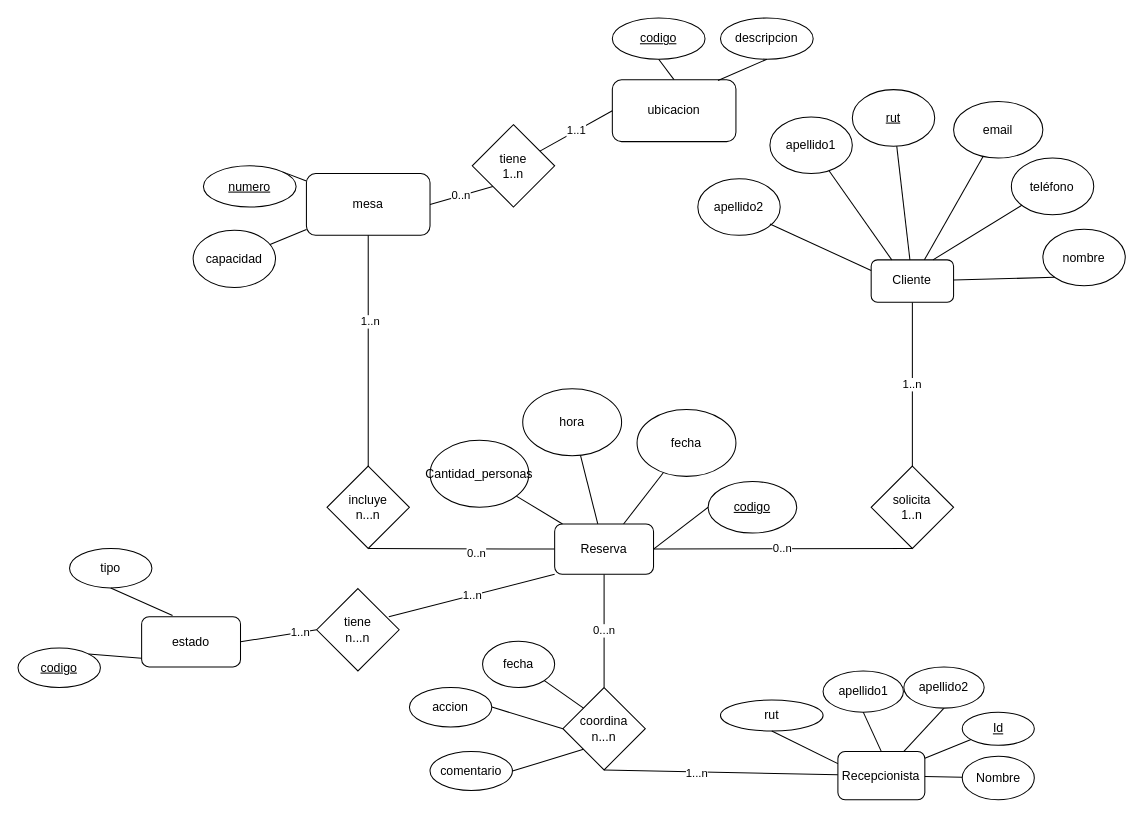
Before: TallerMecanicoJunit/Copy of evidenciaDia2.drawio in RafaUribeG/WorkgroupAndroid, a draw.io diagram. Source tidied: cells renumbered, new cells numbered last; positions are measured from the earlier drawing's top-left corner, leaving out a move shared by most shapes. Both pictures are drawn from the tidied source at 103%, with x=0, y=0 at pixel (18, 18).
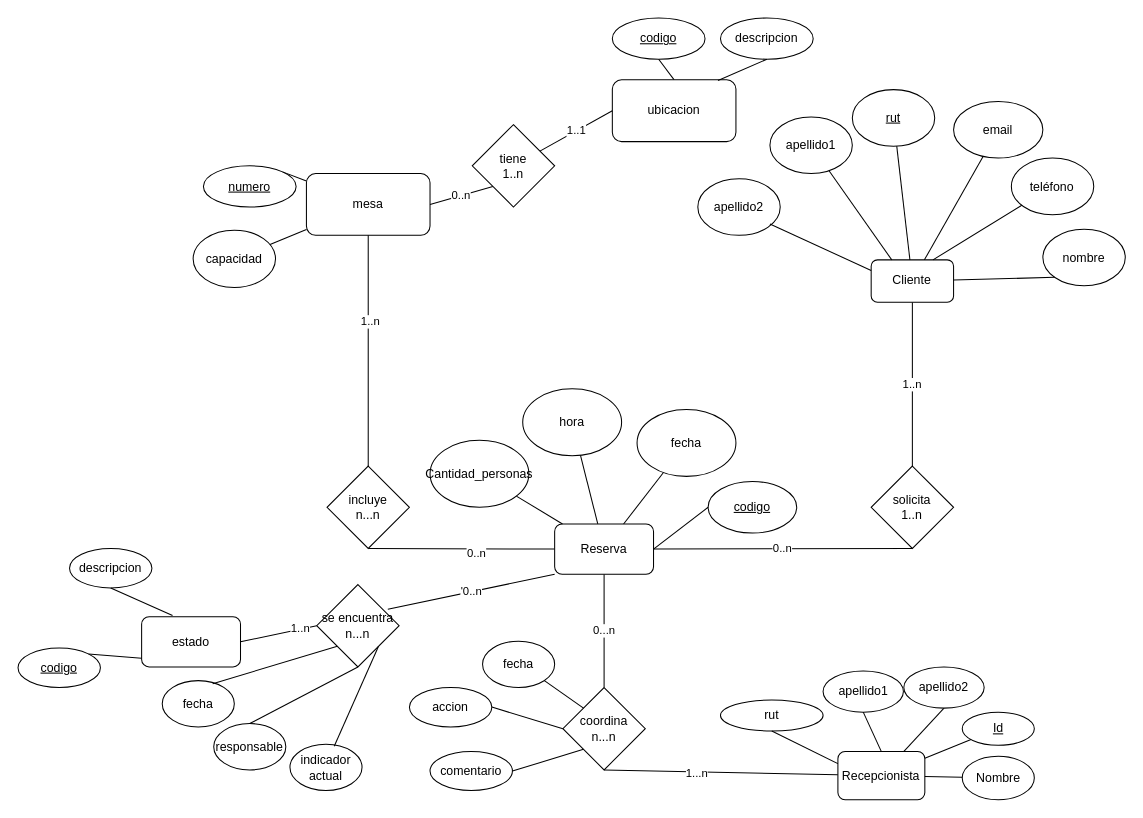
The same page after the edit.

Unchanged cells that the change refers to:
```xml
<mxCell id="39" value="Reserva" style="rounded=1;whiteSpace=wrap;html=1;" parent="1" vertex="1">
  <mxGeometry x="521" y="491.2" width="96" height="48.8" as="geometry" />
</mxCell>
```

What changed in the source:
```diff
@@
-    <mxCell id="67" value="tiene&lt;br&gt;n...n" style="rhombus;whiteSpace=wrap;html=1;" parent="1" vertex="1">
-      <mxGeometry x="290" y="553.9" width="80" height="80" as="geometry" />
+    <mxCell id="67" value="se encuentra&lt;br&gt;n...n" style="rhombus;whiteSpace=wrap;html=1;" parent="1" vertex="1">
+      <mxGeometry x="290" y="550" width="80" height="80" as="geometry" />
     </mxCell>
-    <mxCell id="68" value="1..n" style="endArrow=none;html=1;rounded=0;entryX=1;entryY=0.5;entryDx=0;entryDy=0;exitX=0;exitY=1;exitDx=0;exitDy=0;" parent="1" edge="1" source="39">
-      <mxGeometry relative="1" as="geometry">
-        <mxPoint x="360" y="581.3" as="targetPoint" />
-      </mxGeometry>
+    <mxCell id="68" value="'0..n" style="endArrow=none;html=1;rounded=0;entryX=0.863;entryY=0.3;entryDx=0;entryDy=0;exitX=0;exitY=1;exitDx=0;exitDy=0;entryPerimeter=0;" parent="1" edge="1" source="39" target="67">
+      <mxGeometry relative="1" as="geometry" />
     </mxCell>
@@
-    <mxCell id="71" value="tipo" style="ellipse;whiteSpace=wrap;html=1;" parent="1" vertex="1">
+    <mxCell id="71" value="descripcion" style="ellipse;whiteSpace=wrap;html=1;" parent="1" vertex="1">
       <mxGeometry x="50" y="515" width="80" height="38.3" as="geometry" />
     </mxCell>
@@
+    <mxCell id="75" value="fecha" style="ellipse;whiteSpace=wrap;html=1;" parent="1" vertex="1">
+      <mxGeometry x="140" y="643.3" width="70" height="45" as="geometry" />
+    </mxCell>
+    <mxCell id="76" style="endArrow=none;html=1;rounded=0;entryX=0.7;entryY=0.067;entryDx=0;entryDy=0;exitX=0;exitY=1;exitDx=0;exitDy=0;entryPerimeter=0;" parent="1" edge="1" source="67" target="75">
+      <mxGeometry relative="1" as="geometry" />
+    </mxCell>
+    <mxCell id="77" value="responsable" style="ellipse;whiteSpace=wrap;html=1;" parent="1" vertex="1">
+      <mxGeometry x="190" y="685" width="70" height="45" as="geometry" />
+    </mxCell>
+    <mxCell id="78" style="endArrow=none;html=1;rounded=0;entryX=0.5;entryY=0;entryDx=0;entryDy=0;exitX=0.5;exitY=1;exitDx=0;exitDy=0;" parent="1" edge="1" source="67" target="77">
+      <mxGeometry relative="1" as="geometry" />
+    </mxCell>
+    <mxCell id="79" value="indicador actual" style="ellipse;whiteSpace=wrap;html=1;" parent="1" vertex="1">
+      <mxGeometry x="264" y="705" width="70" height="45" as="geometry" />
+    </mxCell>
+    <mxCell id="80" style="endArrow=none;html=1;rounded=0;entryX=0.614;entryY=0.044;entryDx=0;entryDy=0;exitX=1;exitY=1;exitDx=0;exitDy=0;entryPerimeter=0;" parent="1" edge="1" source="67" target="79">
+      <mxGeometry relative="1" as="geometry" />
+    </mxCell>
```
